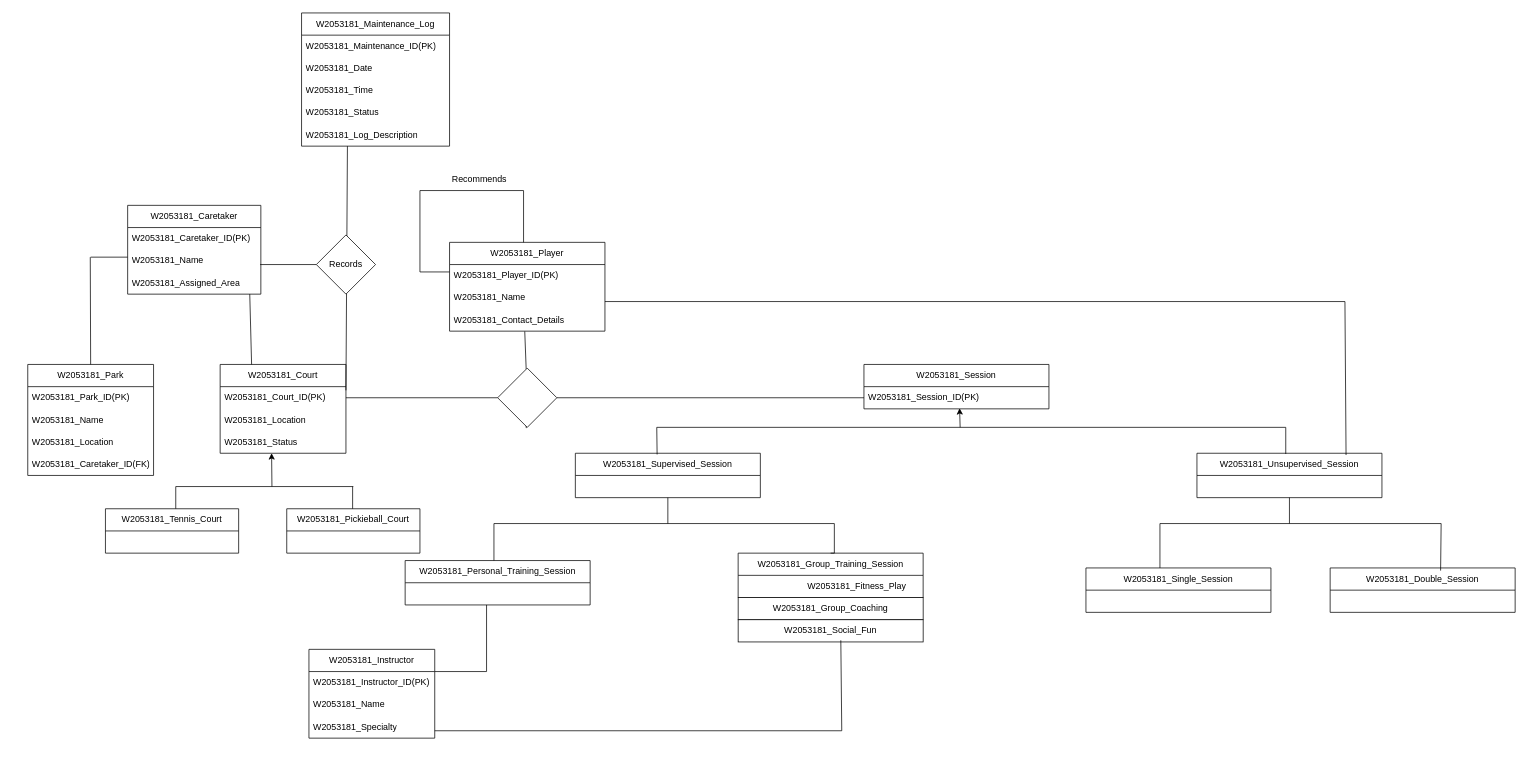
This is Untitled Diagram.drawio from ShenalSen/24_5COSC020_CWK, a draw.io file, before an edit. Source tidied: cells renumbered, new cells numbered last; positions are measured from the earlier drawing's top-left corner, leaving out a move shared by most shapes. Both pictures are drawn from the tidied source at 74%, with x=0, y=0 at pixel (27, 13).
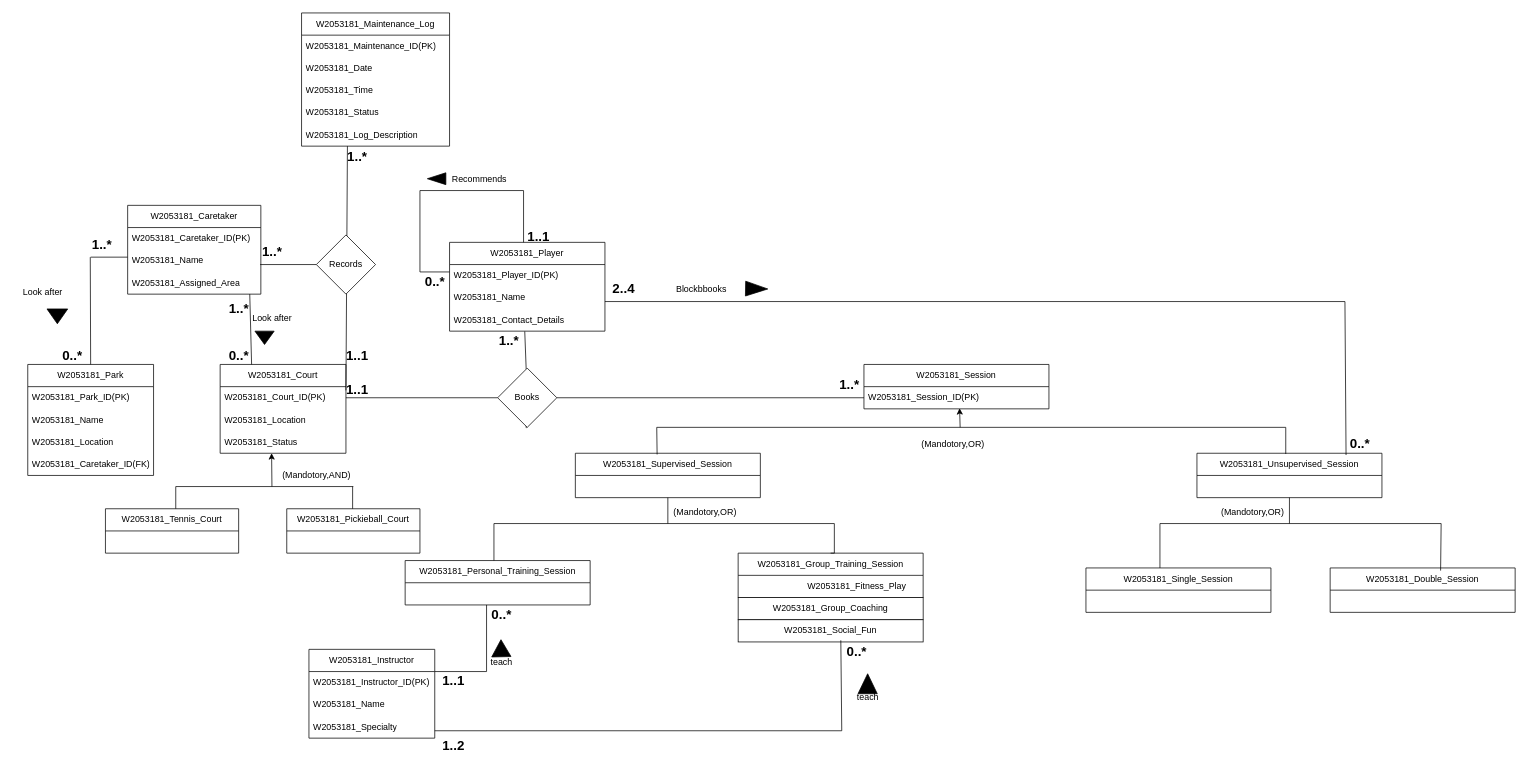
Above is the later version.

The edit, as a diff of the source:
```diff
@@
-    <mxCell id="68" style="rhombus;whiteSpace=wrap;html=1;" parent="1" vertex="1">
+    <mxCell id="68" value="Books" style="rhombus;whiteSpace=wrap;html=1;" parent="1" vertex="1">
       <mxGeometry x="635" y="480" width="80" height="80" as="geometry" />
     </mxCell>
@@
+    <mxCell id="80" value="&lt;h2&gt;1..*&lt;/h2&gt;" style="text;html=1;align=center;verticalAlign=middle;strokeColor=none;fillColor=none;" parent="1" vertex="1">
+      <mxGeometry x="420" y="165" width="50" height="60" as="geometry" />
+    </mxCell>
+    <mxCell id="81" value="&lt;h2&gt;1..*&lt;/h2&gt;" style="text;html=1;align=center;verticalAlign=middle;strokeColor=none;fillColor=none;" parent="1" vertex="1">
+      <mxGeometry x="305" y="293" width="50" height="60" as="geometry" />
+    </mxCell>
+    <mxCell id="82" value="(Mandotory,OR)" style="text;html=1;align=center;verticalAlign=middle;strokeColor=none;fillColor=none;" parent="1" vertex="1">
+      <mxGeometry x="860" y="660" width="110" height="30" as="geometry" />
+    </mxCell>
+    <mxCell id="83" value="(Mandotory,OR)" style="text;html=1;align=center;verticalAlign=middle;strokeColor=none;fillColor=none;" parent="1" vertex="1">
+      <mxGeometry x="1600" y="660" width="110" height="30" as="geometry" />
+    </mxCell>
+    <mxCell id="84" value="(Mandotory,OR)" style="text;html=1;align=center;verticalAlign=middle;strokeColor=none;fillColor=none;" parent="1" vertex="1">
+      <mxGeometry x="1195" y="568" width="110" height="30" as="geometry" />
+    </mxCell>
+    <mxCell id="85" value="&lt;h2&gt;1..*&lt;/h2&gt;" style="text;html=1;align=center;verticalAlign=middle;strokeColor=none;fillColor=none;" parent="1" vertex="1">
+      <mxGeometry x="260" y="370" width="50" height="60" as="geometry" />
+    </mxCell>
+    <mxCell id="86" value="&lt;h2&gt;0..*&lt;/h2&gt;" style="text;html=1;align=center;verticalAlign=middle;strokeColor=none;fillColor=none;" parent="1" vertex="1">
+      <mxGeometry x="260" y="433" width="50" height="60" as="geometry" />
+    </mxCell>
+    <mxCell id="87" value="&lt;h2&gt;1..*&lt;/h2&gt;" style="text;html=1;align=center;verticalAlign=middle;strokeColor=none;fillColor=none;" parent="1" vertex="1">
+      <mxGeometry x="75" y="283" width="50" height="60" as="geometry" />
+    </mxCell>
+    <mxCell id="88" value="&lt;h2&gt;0..*&lt;/h2&gt;" style="text;html=1;align=center;verticalAlign=middle;strokeColor=none;fillColor=none;" parent="1" vertex="1">
+      <mxGeometry x="35" y="433" width="50" height="60" as="geometry" />
+    </mxCell>
+    <mxCell id="89" value="&lt;h2&gt;1..1&lt;/h2&gt;" style="text;html=1;align=center;verticalAlign=middle;strokeColor=none;fillColor=none;" parent="1" vertex="1">
+      <mxGeometry x="665" y="273" width="50" height="60" as="geometry" />
+    </mxCell>
+    <mxCell id="90" value="&lt;h2&gt;0..*&lt;/h2&gt;" style="text;html=1;align=center;verticalAlign=middle;strokeColor=none;fillColor=none;" parent="1" vertex="1">
+      <mxGeometry x="525" y="333" width="50" height="60" as="geometry" />
+    </mxCell>
+    <mxCell id="91" value="(Mandotory,AND)" style="text;html=1;align=center;verticalAlign=middle;strokeColor=none;fillColor=none;" parent="1" vertex="1">
+      <mxGeometry x="330" y="610" width="120" height="30" as="geometry" />
+    </mxCell>
+    <mxCell id="92" value="&lt;h2&gt;1..1&lt;/h2&gt;" style="text;html=1;align=center;verticalAlign=middle;strokeColor=none;fillColor=none;" parent="1" vertex="1">
+      <mxGeometry x="420" y="433" width="50" height="60" as="geometry" />
+    </mxCell>
+    <mxCell id="93" value="&lt;h2&gt;1..1&lt;/h2&gt;" style="text;html=1;align=center;verticalAlign=middle;strokeColor=none;fillColor=none;" parent="1" vertex="1">
+      <mxGeometry x="420" y="480" width="50" height="60" as="geometry" />
+    </mxCell>
+    <mxCell id="94" value="&lt;h2&gt;1..*&lt;/h2&gt;" style="text;html=1;align=center;verticalAlign=middle;strokeColor=none;fillColor=none;" parent="1" vertex="1">
+      <mxGeometry x="1085" y="473" width="50" height="60" as="geometry" />
+    </mxCell>
+    <mxCell id="95" value="&lt;h2&gt;1..1&lt;/h2&gt;" style="text;html=1;align=center;verticalAlign=middle;strokeColor=none;fillColor=none;" parent="1" vertex="1">
+      <mxGeometry x="550" y="873" width="50" height="60" as="geometry" />
+    </mxCell>
+    <mxCell id="96" value="&lt;h2&gt;1..2&lt;/h2&gt;" style="text;html=1;align=center;verticalAlign=middle;strokeColor=none;fillColor=none;" parent="1" vertex="1">
+      <mxGeometry x="550" y="960" width="50" height="60" as="geometry" />
+    </mxCell>
+    <mxCell id="97" value="&lt;h2&gt;0..*&lt;/h2&gt;" style="text;html=1;align=center;verticalAlign=middle;strokeColor=none;fillColor=none;" parent="1" vertex="1">
+      <mxGeometry x="615" y="783" width="50" height="60" as="geometry" />
+    </mxCell>
+    <mxCell id="98" value="&lt;h2&gt;0..*&lt;/h2&gt;" style="text;html=1;align=center;verticalAlign=middle;strokeColor=none;fillColor=none;" parent="1" vertex="1">
+      <mxGeometry x="1095" y="833" width="50" height="60" as="geometry" />
+    </mxCell>
+    <mxCell id="99" value="&lt;h2&gt;2..4&lt;/h2&gt;" style="text;html=1;align=center;verticalAlign=middle;strokeColor=none;fillColor=none;" parent="1" vertex="1">
+      <mxGeometry x="780" y="343" width="50" height="60" as="geometry" />
+    </mxCell>
+    <mxCell id="100" value="&lt;h2&gt;0..*&lt;/h2&gt;" style="text;html=1;align=center;verticalAlign=middle;strokeColor=none;fillColor=none;" parent="1" vertex="1">
+      <mxGeometry x="1775" y="553" width="50" height="60" as="geometry" />
+    </mxCell>
+    <mxCell id="101" value="&lt;h2&gt;1..*&lt;/h2&gt;" style="text;html=1;align=center;verticalAlign=middle;strokeColor=none;fillColor=none;" parent="1" vertex="1">
+      <mxGeometry x="625" y="413" width="50" height="60" as="geometry" />
+    </mxCell>
+    <mxCell id="102" style="shape=mxgraph.arrows2.wedgeArrow;html=1;startWidth=8;fillColor=strokeColor;defaultFillColor=invert;defaultGradientColor=invert;rounded=0;" parent="1" edge="1">
+      <mxGeometry relative="1" as="geometry">
+        <mxPoint x="565" y="224" as="sourcePoint" />
+        <mxPoint x="540" y="224" as="targetPoint" />
+      </mxGeometry>
+    </mxCell>
+    <mxCell id="103" style="shape=mxgraph.arrows2.wedgeArrow;html=1;startWidth=13;fillColor=strokeColor;defaultFillColor=invert;defaultGradientColor=invert;rounded=0;" parent="1" edge="1">
+      <mxGeometry relative="1" as="geometry">
+        <mxPoint x="320" y="430" as="sourcePoint" />
+        <mxPoint x="320" y="448" as="targetPoint" />
+      </mxGeometry>
+    </mxCell>
+    <mxCell id="104" style="shape=mxgraph.arrows2.wedgeArrow;html=1;startWidth=14;fillColor=strokeColor;defaultFillColor=invert;defaultGradientColor=invert;rounded=0;" parent="1" edge="1">
+      <mxGeometry relative="1" as="geometry">
+        <mxPoint x="40" y="400" as="sourcePoint" />
+        <mxPoint x="40" y="420" as="targetPoint" />
+      </mxGeometry>
+    </mxCell>
+    <mxCell id="105" style="shape=mxgraph.arrows2.wedgeArrow;html=1;startWidth=13;fillColor=strokeColor;defaultFillColor=invert;defaultGradientColor=invert;rounded=0;entryX=0.7;entryY=1.08;entryDx=0;entryDy=0;entryPerimeter=0;" parent="1" edge="1">
+      <mxGeometry relative="1" as="geometry">
+        <mxPoint x="640" y="870" as="sourcePoint" />
+        <mxPoint x="639.5" y="847" as="targetPoint" />
+      </mxGeometry>
+    </mxCell>
+    <mxCell id="106" style="shape=mxgraph.arrows2.wedgeArrow;html=1;startWidth=13;fillColor=strokeColor;defaultFillColor=invert;defaultGradientColor=invert;rounded=0;" parent="1" edge="1">
+      <mxGeometry relative="1" as="geometry">
+        <mxPoint x="1135" y="920" as="sourcePoint" />
+        <mxPoint x="1135" y="893" as="targetPoint" />
+      </mxGeometry>
+    </mxCell>
+    <mxCell id="107" style="shape=mxgraph.arrows2.wedgeArrow;html=1;startWidth=10;fillColor=strokeColor;defaultFillColor=invert;defaultGradientColor=invert;rounded=0;" parent="1" edge="1">
+      <mxGeometry relative="1" as="geometry">
+        <mxPoint x="970" y="372.5" as="sourcePoint" />
+        <mxPoint x="1000" y="373" as="targetPoint" />
+      </mxGeometry>
+    </mxCell>
+    <mxCell id="108" value="teach" style="text;html=1;align=center;verticalAlign=middle;strokeColor=none;fillColor=none;" parent="1" vertex="1">
+      <mxGeometry x="615" y="863" width="50" height="30" as="geometry" />
+    </mxCell>
+    <mxCell id="109" value="teach" style="text;html=1;align=center;verticalAlign=middle;strokeColor=none;fillColor=none;" parent="1" vertex="1">
+      <mxGeometry x="1110" y="910" width="50" height="30" as="geometry" />
+    </mxCell>
+    <mxCell id="110" value="Blockbbooks" style="text;html=1;align=center;verticalAlign=middle;strokeColor=none;fillColor=none;" parent="1" vertex="1">
+      <mxGeometry x="865" y="358" width="90" height="30" as="geometry" />
+    </mxCell>
+    <mxCell id="111" value="Look after" style="text;html=1;align=center;verticalAlign=middle;strokeColor=none;fillColor=none;" parent="1" vertex="1">
+      <mxGeometry x="-20" y="363" width="80" height="30" as="geometry" />
+    </mxCell>
+    <mxCell id="112" value="Look after" style="text;html=1;align=center;verticalAlign=middle;strokeColor=none;fillColor=none;" parent="1" vertex="1">
+      <mxGeometry x="290" y="398" width="80" height="30" as="geometry" />
+    </mxCell>
```
